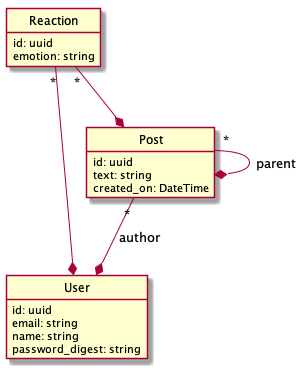
Earlier version of the PlantUML export out/model/Models.png (Adeynack/graphql_examples).
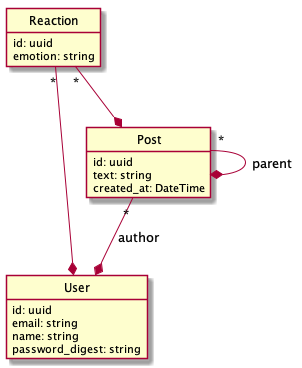
Later version of the same file.

What changed in the source:
```diff
@@ -13,7 +13,7 @@
 class Post {
     id: uuid
     text: string
-    created_on: DateTime
+    created_at: DateTime
 }
 
 Post "*" --* User: author
```
